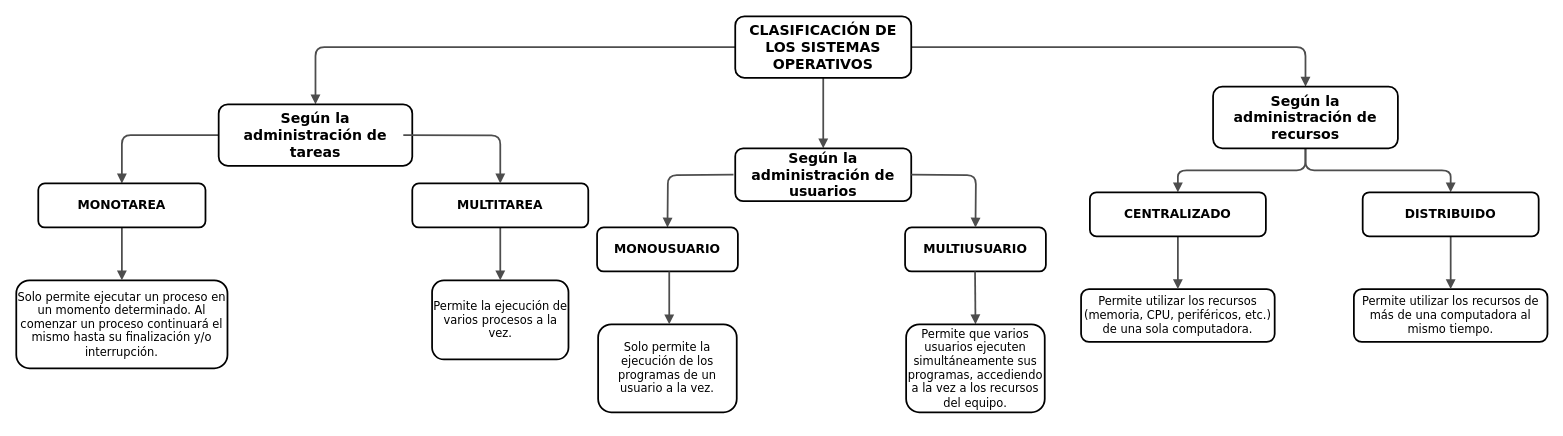
This is Diagrama sin título.drawio from kiloZ333/kiloZ333, a draw.io file, before an edit. Source tidied: cells renumbered, new cells numbered last; positions are measured from the earlier drawing's top-left corner, leaving out a move shared by most shapes. Both pictures are drawn from the tidied source at 88%, with x=0, y=0 at pixel (16, 16).
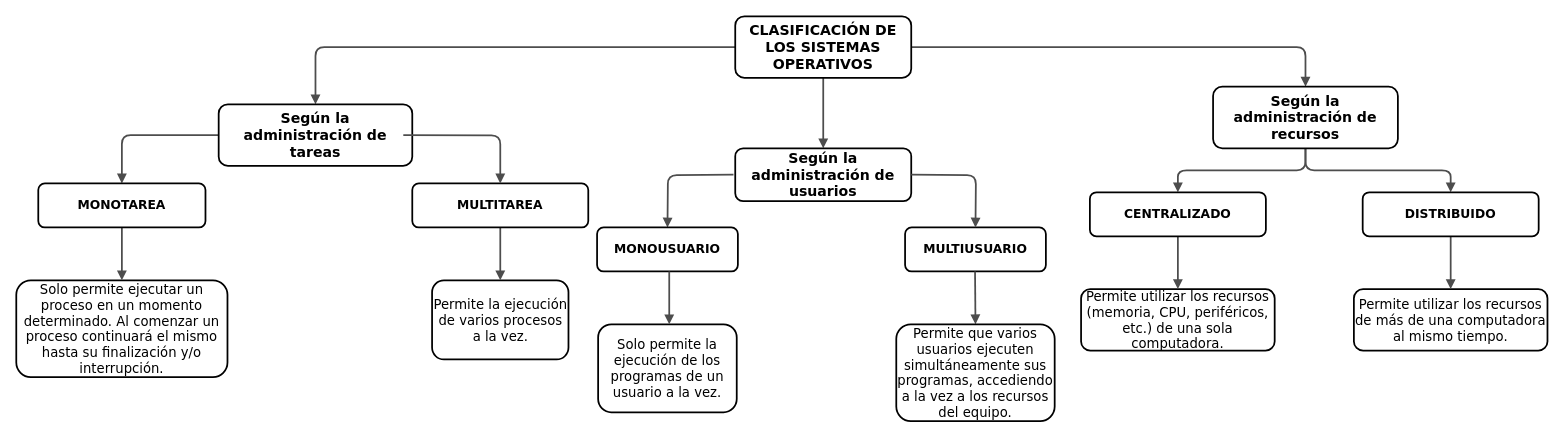
After the change.

Diff of the diagram source:
```diff
@@
-    <mxCell id="2" value="&lt;font style=&quot;font-size: 13px;&quot;&gt;Solo permite ejecutar un proceso en un momento determinado. Al comenzar un proceso continuará el mismo hasta su finalización y/o interrupción.&lt;/font&gt;" style="whiteSpace=wrap;html=1;rounded=1;shadow=0;comic=0;strokeWidth=2;fontFamily=Verdana;align=center;fontSize=10;" parent="1" vertex="1">
-      <mxGeometry y="300" width="240" height="100" as="geometry" />
+    <mxCell id="2" value="&lt;font style=&quot;font-size: 15px;&quot;&gt;Solo permite ejecutar un proceso en un momento determinado. Al comenzar un proceso continuará el mismo hasta su finalización y/o interrupción.&lt;/font&gt;" style="whiteSpace=wrap;html=1;rounded=1;shadow=0;comic=0;strokeWidth=2;fontFamily=Verdana;align=center;fontSize=10;" parent="1" vertex="1">
+      <mxGeometry y="300" width="240" height="110" as="geometry" />
     </mxCell>
-    <mxCell id="3" value="&lt;font style=&quot;font-size: 13px;&quot;&gt;Permite la ejecución de varios procesos a la vez.&lt;/font&gt;" style="whiteSpace=wrap;html=1;rounded=1;shadow=0;comic=0;strokeWidth=2;fontFamily=Verdana;align=center;fontSize=10;" parent="1" vertex="1">
+    <mxCell id="3" value="&lt;font style=&quot;font-size: 15px;&quot;&gt;Permite la ejecución de varios procesos a la vez.&lt;/font&gt;" style="whiteSpace=wrap;html=1;rounded=1;shadow=0;comic=0;strokeWidth=2;fontFamily=Verdana;align=center;fontSize=10;" parent="1" vertex="1">
       <mxGeometry x="472.5" y="300" width="155" height="90" as="geometry" />
     </mxCell>
@@
-    <mxCell id="5" value="&lt;font style=&quot;font-size: 13px;&quot;&gt;Permite utilizar los recursos (memoria, CPU, periféricos, etc.) de una sola computadora.&lt;/font&gt;" style="whiteSpace=wrap;html=1;rounded=1;shadow=0;comic=0;strokeWidth=2;fontFamily=Verdana;align=center;fontSize=10;" parent="1" vertex="1">
-      <mxGeometry x="1210" y="310" width="220" height="60" as="geometry" />
+    <mxCell id="5" value="&lt;font style=&quot;font-size: 15px;&quot;&gt;Permite utilizar los recursos (memoria, CPU, periféricos, etc.) de una sola computadora.&lt;/font&gt;" style="whiteSpace=wrap;html=1;rounded=1;shadow=0;comic=0;strokeWidth=2;fontFamily=Verdana;align=center;fontSize=10;" parent="1" vertex="1">
+      <mxGeometry x="1210" y="310" width="220" height="70" as="geometry" />
     </mxCell>
-    <mxCell id="6" value="&lt;font style=&quot;font-size: 13px;&quot;&gt;Permite utilizar los recursos de más de una computadora al mismo tiempo. &lt;/font&gt;" style="whiteSpace=wrap;html=1;rounded=1;shadow=0;comic=0;strokeWidth=2;fontFamily=Verdana;align=center;fontSize=10;" parent="1" vertex="1">
-      <mxGeometry x="1520" y="310" width="220" height="60" as="geometry" />
+    <mxCell id="6" value="&lt;font style=&quot;font-size: 15px;&quot;&gt;Permite utilizar los recursos de más de una computadora al mismo tiempo. &lt;/font&gt;" style="whiteSpace=wrap;html=1;rounded=1;shadow=0;comic=0;strokeWidth=2;fontFamily=Verdana;align=center;fontSize=10;" parent="1" vertex="1">
+      <mxGeometry x="1520" y="310" width="220" height="70" as="geometry" />
     </mxCell>
@@
-    <mxCell id="29" value="&lt;font style=&quot;font-size: 13px;&quot;&gt;Solo permite la ejecución de los programas de un usuario a la vez. &lt;/font&gt;" style="whiteSpace=wrap;html=1;rounded=1;shadow=0;comic=0;strokeWidth=2;fontFamily=Verdana;align=center;fontSize=10;" parent="1" vertex="1">
+    <mxCell id="29" value="&lt;font style=&quot;font-size: 15px;&quot;&gt;Solo permite la ejecución de los programas de un usuario a la vez. &lt;/font&gt;" style="whiteSpace=wrap;html=1;rounded=1;shadow=0;comic=0;strokeWidth=2;fontFamily=Verdana;align=center;fontSize=10;" parent="1" vertex="1">
       <mxGeometry x="661.2" y="350" width="157.5" height="100" as="geometry" />
     </mxCell>
@@
-    <mxCell id="32" value="&lt;font style=&quot;font-size: 13px;&quot;&gt;Permite que varios usuarios ejecuten simultáneamente sus programas, accediendo a la vez a los recursos del equipo. &lt;/font&gt;" style="whiteSpace=wrap;html=1;rounded=1;shadow=0;comic=0;strokeWidth=2;fontFamily=Verdana;align=center;fontSize=10;" parent="1" vertex="1">
-      <mxGeometry x="1011.2" y="350" width="157.5" height="100" as="geometry" />
+    <mxCell id="32" value="&lt;font style=&quot;font-size: 15px;&quot;&gt;Permite que varios usuarios ejecuten simultáneamente sus programas, accediendo a la vez a los recursos del equipo. &lt;/font&gt;" style="whiteSpace=wrap;html=1;rounded=1;shadow=0;comic=0;strokeWidth=2;fontFamily=Verdana;align=center;fontSize=10;" parent="1" vertex="1">
+      <mxGeometry x="1000" y="350" width="180" height="110" as="geometry" />
     </mxCell>
```
